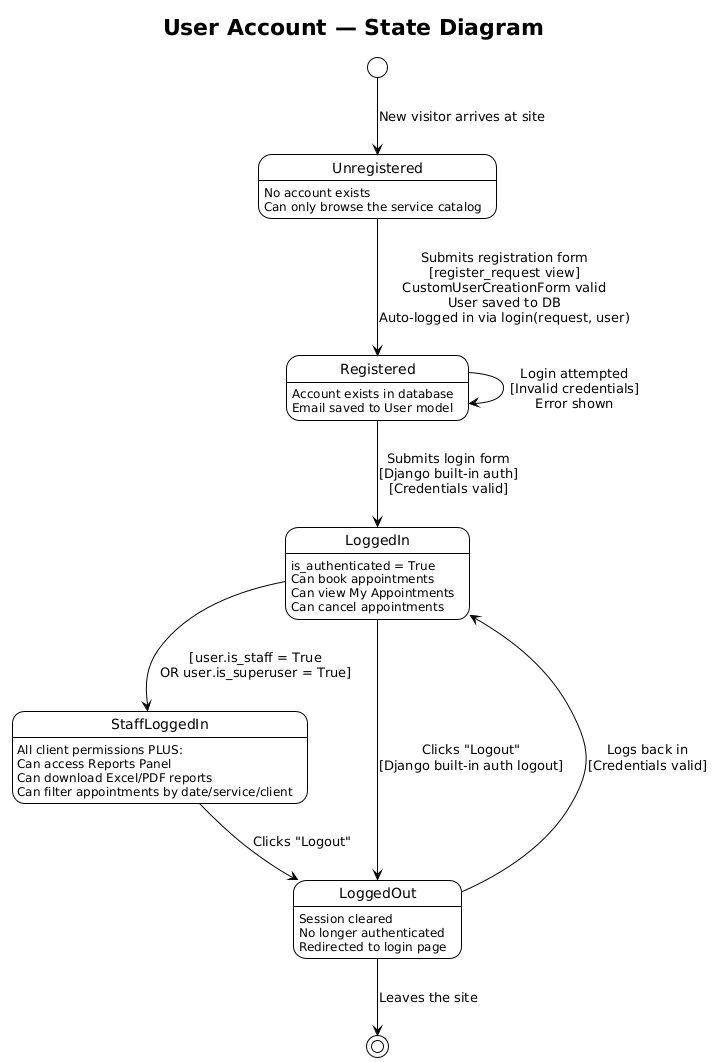
The PlantUML diagram User_State_Diagram.png in mahxri/COMP2171-Hair-Booking, before a commit.
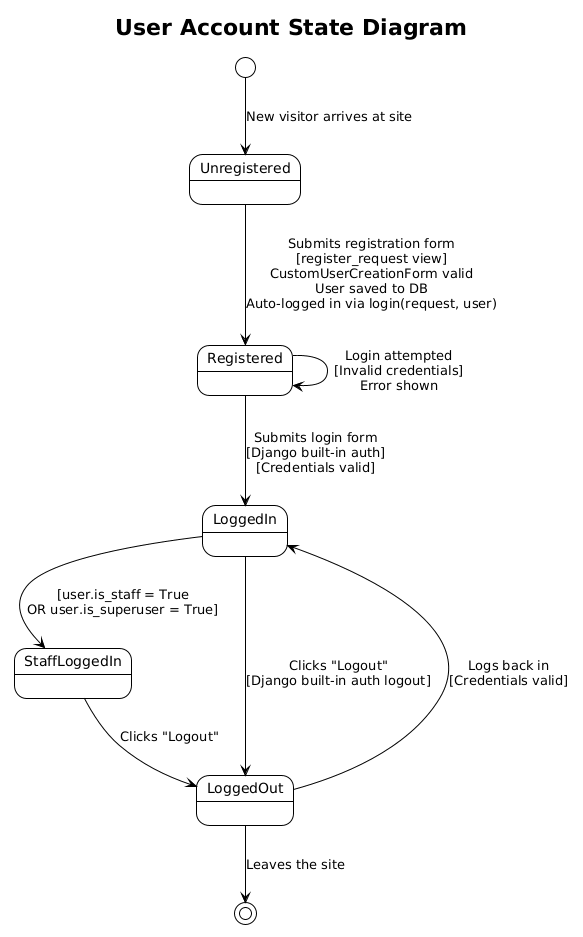
The same file after the commit.

What changed in the source:
```diff
@@ -1,18 +1,18 @@
 @startuml
 !theme plain
 hide empty description
-title User Account — State Diagram
+title User Account State Diagram
 
 [*] --> Unregistered : New visitor arrives at site
 
 state Unregistered {
-    Unregistered : No account exists\nCan only browse the service catalog
+    Unregistered :
 }
 
 Unregistered --> Registered : Submits registration form\n[register_request view]\nCustomUserCreationForm valid\nUser saved to DB\nAuto-logged in via login(request, user)
 
 state Registered {
-    Registered : Account exists in database\nEmail saved to User model
+    Registered :
 }
 
 Registered --> LoggedIn : Submits login form\n[Django built-in auth]\n[Credentials valid]
@@ -20,13 +20,13 @@
 Registered --> Registered : Login attempted\n[Invalid credentials]\nError shown
 
 state LoggedIn {
-    LoggedIn : is_authenticated = True\nCan book appointments\nCan view My Appointments\nCan cancel appointments
+    LoggedIn :
 }
 
 LoggedIn --> StaffLoggedIn : [user.is_staff = True\nOR user.is_superuser = True]
 
 state StaffLoggedIn {
-    StaffLoggedIn : All client permissions PLUS:\nCan access Reports Panel\nCan download Excel/PDF reports\nCan filter appointments by date/service/client
+    StaffLoggedIn :
 }
 
 LoggedIn --> LoggedOut : Clicks "Logout"\n[Django built-in auth logout]
@@ -34,10 +34,9 @@
 StaffLoggedIn --> LoggedOut : Clicks "Logout"
 
 state LoggedOut {
-    LoggedOut : Session cleared\nNo longer authenticated\nRedirected to login page
+    LoggedOut :
 }
 
 LoggedOut --> LoggedIn : Logs back in\n[Credentials valid]
 LoggedOut --> [*] : Leaves the site
-
 @enduml
```
